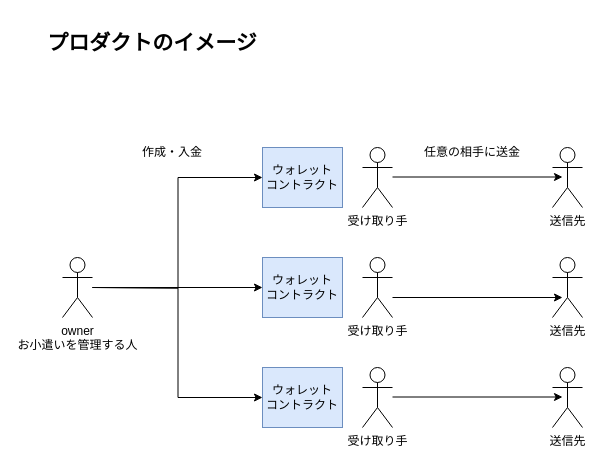
Earlier version of the draw.io diagram page "今回のプロダクトのイメージ" (2 of 2) of docs/system.drawio (mashharuki/ERC4337). Source tidied: cells renumbered, new cells numbered last; positions are measured from the earlier drawing's top-left corner, leaving out a move shared by most shapes. Both pictures are drawn from the tidied source at 100%, with x=0, y=0 at pixel (32, 27).
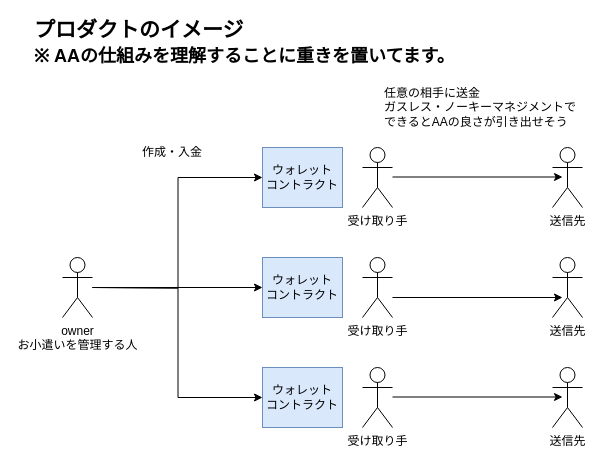
After the change.

Change to the diagram source:
```diff
@@
-    <mxCell id="19" value="任意の相手に送金" style="text;html=1;strokeColor=none;fillColor=none;align=center;verticalAlign=middle;whiteSpace=wrap;rounded=0;" parent="1" vertex="1">
-      <mxGeometry x="380" y="110" width="120" height="30" as="geometry" />
+    <mxCell id="19" value="任意の相手に送金&lt;br&gt;ガスレス・ノーキーマネジメントで&lt;br&gt;できるとAAの良さが引き出せそう" style="text;html=1;strokeColor=none;fillColor=none;align=left;verticalAlign=middle;whiteSpace=wrap;rounded=0;" parent="1" vertex="1">
+      <mxGeometry x="350" y="50" width="210" height="60" as="geometry" />
     </mxCell>
-    <mxCell id="20" value="プロダクトのイメージ" style="text;html=1;strokeColor=none;fillColor=none;align=center;verticalAlign=middle;whiteSpace=wrap;rounded=0;fontStyle=1;fontSize=21;" parent="1" vertex="1">
-      <mxGeometry width="240" height="30" as="geometry" />
+    <mxCell id="20" value="プロダクトのイメージ&lt;br&gt;&lt;font style=&quot;font-size: 18px;&quot;&gt;※ AAの仕組みを理解することに重きを置いてます。&lt;/font&gt;" style="text;html=1;strokeColor=none;fillColor=none;align=left;verticalAlign=middle;whiteSpace=wrap;rounded=0;fontStyle=1;fontSize=21;" parent="1" vertex="1">
+      <mxGeometry width="530" height="30" as="geometry" />
     </mxCell>
```
